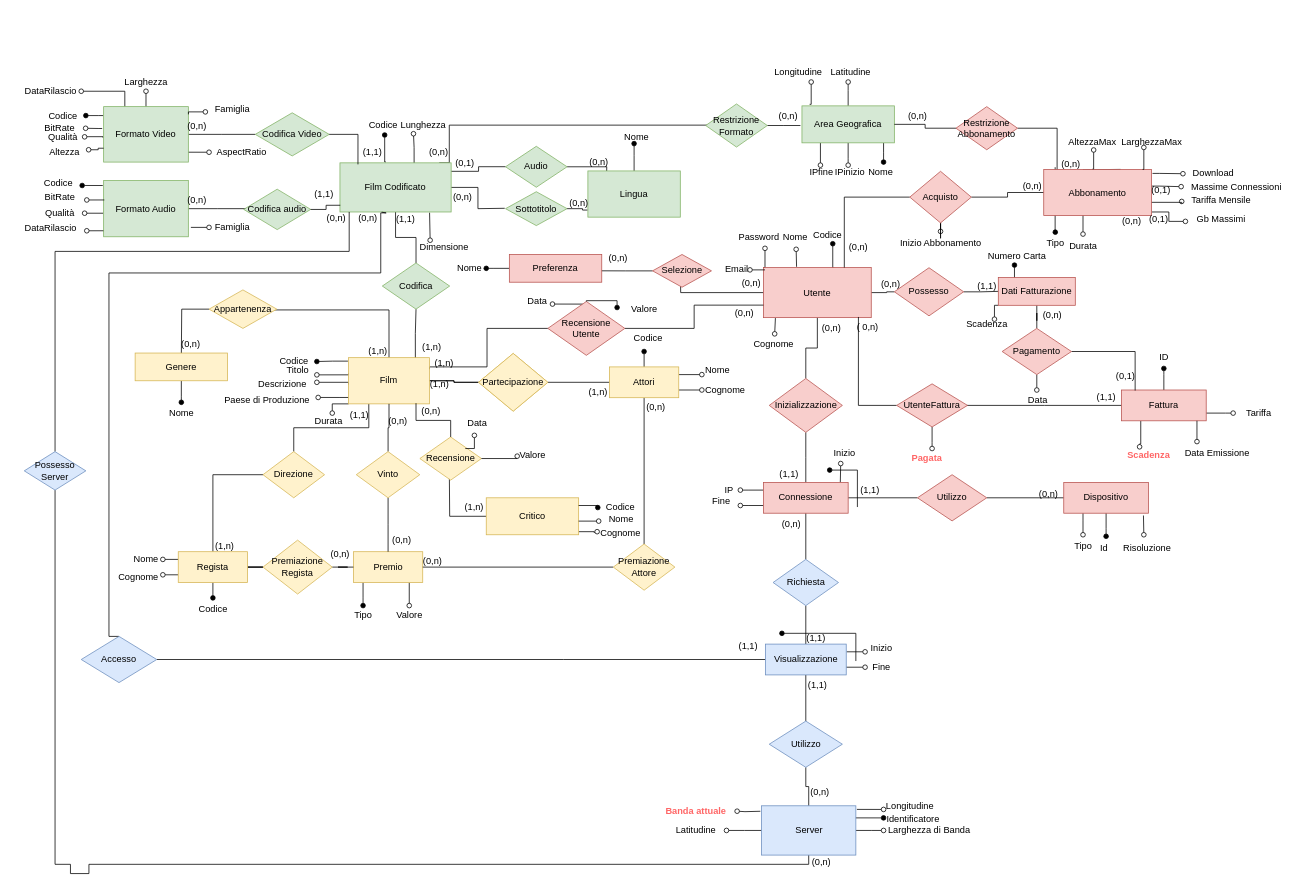
LGranucci/FilmSphere keeps this draw.io diagram as ER ristrutturato final(2).drawio. Above is the earlier version. Source tidied: cells renumbered, new cells numbered last; positions are measured from the earlier drawing's top-left corner, leaving out a move shared by most shapes. Both pictures are drawn from the tidied source at 77%, with x=0, y=0 at pixel (13, 63).
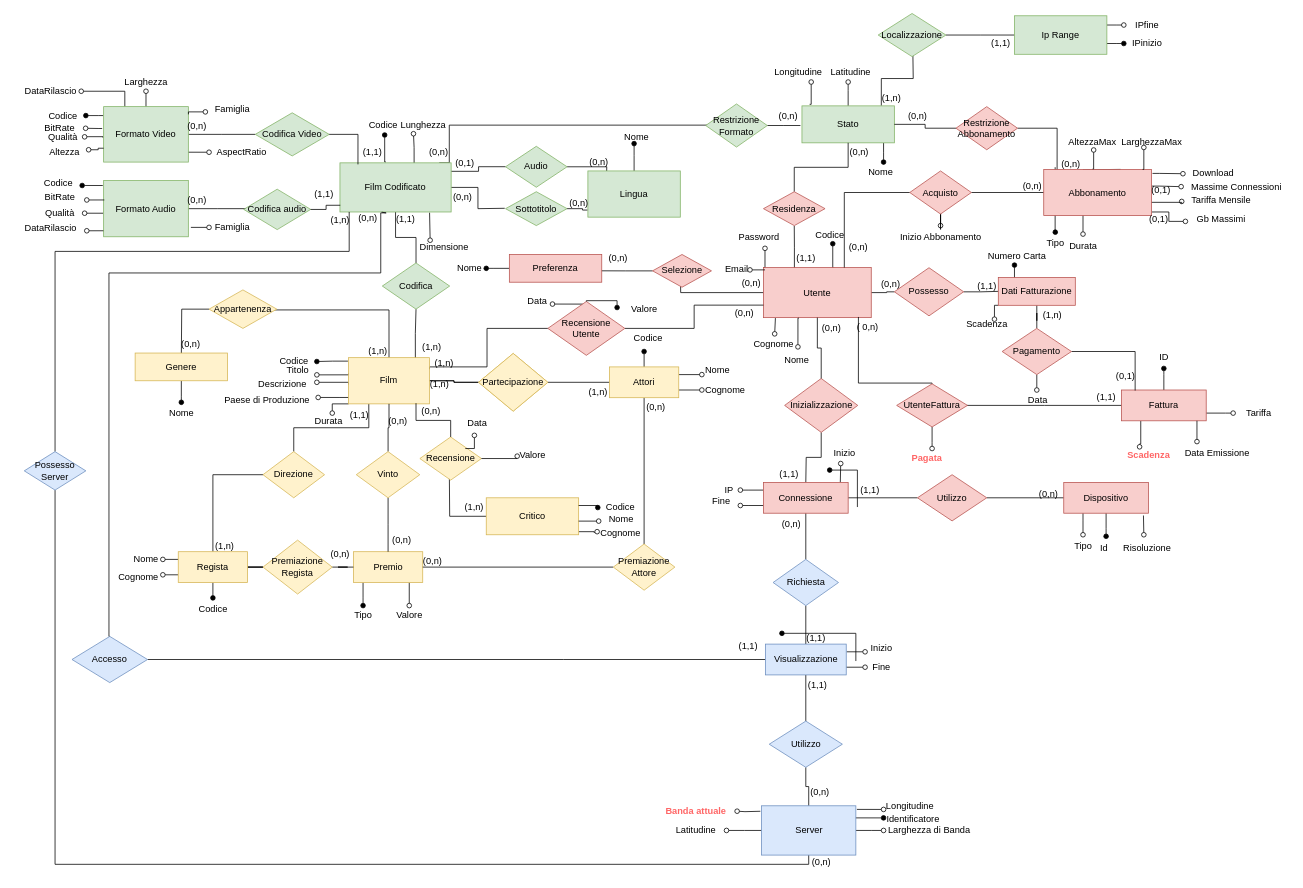
The same page after the edit.

The change refers to these unchanged cells:
```xml
<mxCell id="68" value="Utente" style="rounded=0;whiteSpace=wrap;html=1;fillColor=#f8cecc;strokeColor=#b85450;" parent="1" vertex="1">
  <mxGeometry x="974" y="265" width="140" height="65" as="geometry" />
</mxCell>
<mxCell id="127" value="Server" style="rounded=0;whiteSpace=wrap;html=1;fillColor=#dae8fc;strokeColor=#6c8ebf;" parent="1" vertex="1">
  <mxGeometry x="971.5" y="964" width="122.5" height="64" as="geometry" />
</mxCell>
<mxCell id="130" value="Possesso Server" style="rhombus;whiteSpace=wrap;html=1;fillColor=#dae8fc;strokeColor=#6c8ebf;" parent="1" vertex="1">
  <mxGeometry x="14" y="504" width="80" height="50" as="geometry" />
</mxCell>
<mxCell id="202" value="UtenteFattura" style="rhombus;whiteSpace=wrap;html=1;fillColor=#f8cecc;strokeColor=#b85450;" parent="1" vertex="1">
  <mxGeometry x="1147" y="416" width="92" height="56" as="geometry" />
</mxCell>
```

Diff of the diagram source:
```diff
@@
-    <mxCell id="24" style="edgeStyle=orthogonalEdgeStyle;rounded=0;orthogonalLoop=1;jettySize=auto;html=1;strokeColor=none;" parent="1" edge="1">
-      <mxGeometry relative="1" as="geometry">
-        <mxPoint x="634" y="864" as="sourcePoint" />
-        <mxPoint x="474" y="984" as="targetPoint" />
-      </mxGeometry>
-    </mxCell>
@@
-    <mxCell id="62" style="edgeStyle=orthogonalEdgeStyle;rounded=0;jettySize=auto;html=1;endArrow=none;endFill=0;" parent="1" edge="1" source="68" target="98">
-      <mxGeometry relative="1" as="geometry" />
-    </mxCell>
@@
+    <mxCell id="317" style="edgeStyle=orthogonalEdgeStyle;rounded=0;jettySize=auto;html=1;exitX=0.287;exitY=0.044;exitDx=0;exitDy=0;exitPerimeter=0;endArrow=none;endFill=0;" parent="1" edge="1" source="68">
+      <mxGeometry relative="1" as="geometry">
+        <mxPoint x="1014" y="211" as="targetPoint" />
+      </mxGeometry>
+    </mxCell>
@@
     <mxCell id="83" value="Acquisto" style="rhombus;whiteSpace=wrap;html=1;fillColor=#f8cecc;strokeColor=#b85450;" parent="1" vertex="1">
-      <mxGeometry x="1164" y="140" width="80" height="67" as="geometry" />
+      <mxGeometry x="1164" y="139.5" width="80" height="56" as="geometry" />
     </mxCell>
@@
     <mxCell id="98" value="Inizializzazione" style="rhombus;whiteSpace=wrap;html=1;fillColor=#f8cecc;strokeColor=#b85450;rounded=0;" parent="1" vertex="1">
-      <mxGeometry x="981.5" y="409" width="95" height="70" as="geometry" />
+      <mxGeometry x="1001.5" y="409" width="95" height="70" as="geometry" />
     </mxCell>
@@
     <mxCell id="119" value="Accesso" style="rhombus;whiteSpace=wrap;html=1;fillColor=#dae8fc;strokeColor=#6c8ebf;" parent="1" vertex="1">
-      <mxGeometry x="88" y="744" width="98.1" height="60" as="geometry" />
+      <mxGeometry x="76" y="744" width="98.1" height="60" as="geometry" />
     </mxCell>
@@
     <mxCell id="122" style="edgeStyle=orthogonalEdgeStyle;rounded=0;jettySize=auto;html=1;exitX=0.5;exitY=1;exitDx=0;exitDy=0;endArrow=none;endFill=0;" parent="1" edge="1" source="127" target="130">
       <mxGeometry relative="1" as="geometry">
         <Array as="points">
           <mxPoint x="1033" y="1040" />
-          <mxPoint x="98" y="1040" />
-          <mxPoint x="98" y="1052" />
-          <mxPoint x="74" y="1052" />
-          <mxPoint x="74" y="1040" />
           <mxPoint x="54" y="1040" />
         </Array>
       </mxGeometry>
     </mxCell>
@@
-    <mxCell id="147" value="(0,n)" style="text;html=1;align=center;verticalAlign=middle;strokeColor=none;fillColor=none;" parent="1" vertex="1">
-      <mxGeometry x="1324" y="312" width="50" height="30" as="geometry" />
+    <mxCell id="147" value="(1,n)" style="text;html=1;align=center;verticalAlign=middle;strokeColor=none;fillColor=none;" parent="1" vertex="1">
+      <mxGeometry x="1325" y="315" width="48" height="24" as="geometry" />
     </mxCell>
@@
-    <mxCell id="161" value="(0,n)" style="text;html=1;align=center;verticalAlign=middle;strokeColor=none;fillColor=none;" parent="1" vertex="1">
-      <mxGeometry x="394" y="185.8" width="50" height="30" as="geometry" />
+    <mxCell id="161" value="(1,n)" style="text;html=1;align=center;verticalAlign=middle;strokeColor=none;fillColor=none;" parent="1" vertex="1">
+      <mxGeometry x="400" y="191" width="48" height="24" as="geometry" />
     </mxCell>
@@
     <mxCell id="176" value="Codice" style="text;html=1;align=center;verticalAlign=middle;strokeColor=none;fillColor=none;" parent="1" vertex="1">
-      <mxGeometry x="1026.5" y="207.8" width="60" height="30" as="geometry" />
+      <mxGeometry x="1030" y="207.8" width="60" height="30" as="geometry" />
     </mxCell>
-    <mxCell id="177" style="edgeStyle=orthogonalEdgeStyle;rounded=0;jettySize=auto;html=1;endArrow=oval;endFill=0;entryX=0.521;entryY=1.002;entryDx=0;entryDy=0;entryPerimeter=0;" parent="1" edge="1" target="179">
-      <mxGeometry relative="1" as="geometry">
-        <mxPoint x="1017" y="264" as="sourcePoint" />
-      </mxGeometry>
+    <mxCell id="177" style="edgeStyle=orthogonalEdgeStyle;rounded=0;jettySize=auto;html=1;endArrow=oval;endFill=0;entryX=0.538;entryY=-0.067;entryDx=0;entryDy=0;entryPerimeter=0;exitX=0.328;exitY=1.011;exitDx=0;exitDy=0;exitPerimeter=0;" parent="1" edge="1" source="68" target="179">
+      <mxGeometry relative="1" as="geometry" />
     </mxCell>
@@
-    <mxCell id="179" value="Nome" style="text;html=1;align=center;verticalAlign=middle;points=[];strokeColor=none;fillColor=none;" parent="1" vertex="1">
-      <mxGeometry x="985.2" y="211.2" width="60" height="30" as="geometry" />
-    </mxCell>
@@
     <mxCell id="198" value="Inizio Abbonamento" style="text;html=1;align=center;verticalAlign=middle;points=[];strokeColor=none;fillColor=none;" parent="1" vertex="1">
-      <mxGeometry x="1139" y="218" width="130" height="30" as="geometry" />
+      <mxGeometry x="1139" y="210.5" width="130" height="30" as="geometry" />
     </mxCell>
@@
     <mxCell id="200" style="edgeStyle=orthogonalEdgeStyle;rounded=0;jettySize=auto;html=1;entryX=0.881;entryY=0.987;entryDx=0;entryDy=0;entryPerimeter=0;endArrow=none;endFill=0;" parent="1" edge="1" source="202" target="68">
-      <mxGeometry relative="1" as="geometry" />
+      <mxGeometry relative="1" as="geometry">
+        <Array as="points">
+          <mxPoint x="1193" y="415" />
+          <mxPoint x="1097" y="415" />
+        </Array>
+      </mxGeometry>
     </mxCell>
@@
-    <mxCell id="281" style="edgeStyle=orthogonalEdgeStyle;rounded=0;jettySize=auto;html=1;endArrow=oval;endFill=0;" parent="1" edge="1" source="285">
-      <mxGeometry relative="1" as="geometry">
-        <mxPoint x="1084" y="132" as="targetPoint" />
-      </mxGeometry>
-    </mxCell>
-    <mxCell id="282" style="edgeStyle=orthogonalEdgeStyle;rounded=0;jettySize=auto;html=1;exitX=0.2;exitY=1;exitDx=0;exitDy=0;exitPerimeter=0;endArrow=oval;endFill=0;" parent="1" edge="1" source="285">
-      <mxGeometry relative="1" as="geometry">
-        <mxPoint x="1048" y="132" as="targetPoint" />
-      </mxGeometry>
-    </mxCell>
@@
+    <mxCell id="318" style="edgeStyle=orthogonalEdgeStyle;rounded=0;jettySize=auto;html=1;exitX=0.859;exitY=-0.005;exitDx=0;exitDy=0;exitPerimeter=0;endArrow=none;endFill=0;" parent="1" edge="1" source="285">
+      <mxGeometry relative="1" as="geometry">
+        <mxPoint x="1168" y="-17" as="targetPoint" />
+      </mxGeometry>
+    </mxCell>
-    <mxCell id="285" value="Area Geografica" style="whiteSpace=wrap;html=1;fillColor=#d5e8d4;strokeColor=#82b366;" parent="1" vertex="1">
+    <mxCell id="285" value="Stato" style="whiteSpace=wrap;html=1;fillColor=#d5e8d4;strokeColor=#82b366;" parent="1" vertex="1">
       <mxGeometry x="1024" y="55" width="120" height="48" as="geometry" />
     </mxCell>
@@
     <mxCell id="301" value="IPinizio" style="text;html=1;align=center;verticalAlign=middle;points=[];strokeColor=none;fillColor=none;" parent="1" vertex="1">
-      <mxGeometry x="1055.5" y="129" width="60" height="24" as="geometry" />
+      <mxGeometry x="1442" y="-38" width="60" height="24" as="geometry" />
     </mxCell>
     <mxCell id="302" value="IPfine" style="text;html=1;align=center;verticalAlign=middle;points=[];strokeColor=none;fillColor=none;" parent="1" vertex="1">
-      <mxGeometry x="1019" y="129" width="60" height="24" as="geometry" />
+      <mxGeometry x="1442" y="-62" width="60" height="24" as="geometry" />
     </mxCell>
@@
-    <mxCell id="309" value="(0,n)" style="text;html=1;align=center;verticalAlign=middle;strokeColor=none;fillColor=none;" parent="1" vertex="1">
-      <mxGeometry x="1428" y="193" width="48" height="24" as="geometry" />
-    </mxCell>
@@
+    <mxCell id="319" style="edgeStyle=orthogonalEdgeStyle;rounded=0;jettySize=auto;html=1;endArrow=none;endFill=0;" parent="1" edge="1" source="320">
+      <mxGeometry relative="1" as="geometry">
+        <mxPoint x="1300" y="-37" as="targetPoint" />
+      </mxGeometry>
+    </mxCell>
+    <mxCell id="320" value="Localizzazione" style="rhombus;whiteSpace=wrap;html=1;fillColor=#d5e8d4;strokeColor=#82b366;" parent="1" vertex="1">
+      <mxGeometry x="1123" y="-65" width="88" height="56" as="geometry" />
+    </mxCell>
+    <mxCell id="321" style="edgeStyle=orthogonalEdgeStyle;rounded=0;jettySize=auto;html=1;endArrow=oval;endFill=0;" parent="1" edge="1" source="323" target="302">
+      <mxGeometry relative="1" as="geometry">
+        <Array as="points">
+          <mxPoint x="1432" y="-50" />
+          <mxPoint x="1432" y="-50" />
+        </Array>
+      </mxGeometry>
+    </mxCell>
+    <mxCell id="322" style="edgeStyle=orthogonalEdgeStyle;rounded=0;jettySize=auto;html=1;endArrow=oval;endFill=1;" parent="1" edge="1" source="323" target="301">
+      <mxGeometry relative="1" as="geometry">
+        <Array as="points">
+          <mxPoint x="1432" y="-26" />
+          <mxPoint x="1432" y="-26" />
+        </Array>
+      </mxGeometry>
+    </mxCell>
+    <mxCell id="323" value="Ip Range" style="whiteSpace=wrap;html=1;fillColor=#d5e8d4;strokeColor=#82b366;" parent="1" vertex="1">
+      <mxGeometry x="1300" y="-62" width="120" height="50" as="geometry" />
+    </mxCell>
+    <mxCell id="324" value="(1,n)" style="text;html=1;align=center;verticalAlign=middle;strokeColor=none;fillColor=none;" parent="1" vertex="1">
+      <mxGeometry x="1116" y="33" width="48" height="24" as="geometry" />
+    </mxCell>
+    <mxCell id="325" value="(1,1)" style="text;html=1;align=center;verticalAlign=middle;strokeColor=none;fillColor=none;" parent="1" vertex="1">
+      <mxGeometry x="1258" y="-38" width="48" height="24" as="geometry" />
+    </mxCell>
+    <mxCell id="62" style="edgeStyle=orthogonalEdgeStyle;rounded=0;jettySize=auto;html=1;endArrow=none;endFill=0;entryX=0.5;entryY=0;entryDx=0;entryDy=0;" parent="1" edge="1" source="68" target="98">
+      <mxGeometry relative="1" as="geometry" />
+    </mxCell>
+    <mxCell id="179" value="Nome" style="text;html=1;align=center;verticalAlign=middle;points=[];strokeColor=none;fillColor=none;" parent="1" vertex="1">
+      <mxGeometry x="986.5" y="370" width="60" height="30" as="geometry" />
+    </mxCell>
+    <mxCell id="326" style="edgeStyle=orthogonalEdgeStyle;rounded=0;jettySize=auto;html=1;entryX=0.5;entryY=1;entryDx=0;entryDy=0;endArrow=none;endFill=0;" parent="1" edge="1" source="327" target="285">
+      <mxGeometry relative="1" as="geometry" />
+    </mxCell>
+    <mxCell id="327" value="Residenza" style="rhombus;whiteSpace=wrap;html=1;fillColor=#f8cecc;strokeColor=#b85450;" parent="1" vertex="1">
+      <mxGeometry x="974" y="166.5" width="80" height="44" as="geometry" />
+    </mxCell>
+    <mxCell id="328" value="(1,1)" style="text;html=1;align=center;verticalAlign=middle;strokeColor=none;fillColor=none;" parent="1" vertex="1">
+      <mxGeometry x="1005" y="241.2" width="48" height="24" as="geometry" />
+    </mxCell>
+    <mxCell id="309" value="(0,n)" style="text;html=1;align=center;verticalAlign=middle;strokeColor=none;fillColor=none;" parent="1" vertex="1">
+      <mxGeometry x="1073.5" y="103" width="48" height="24" as="geometry" />
+    </mxCell>
```
